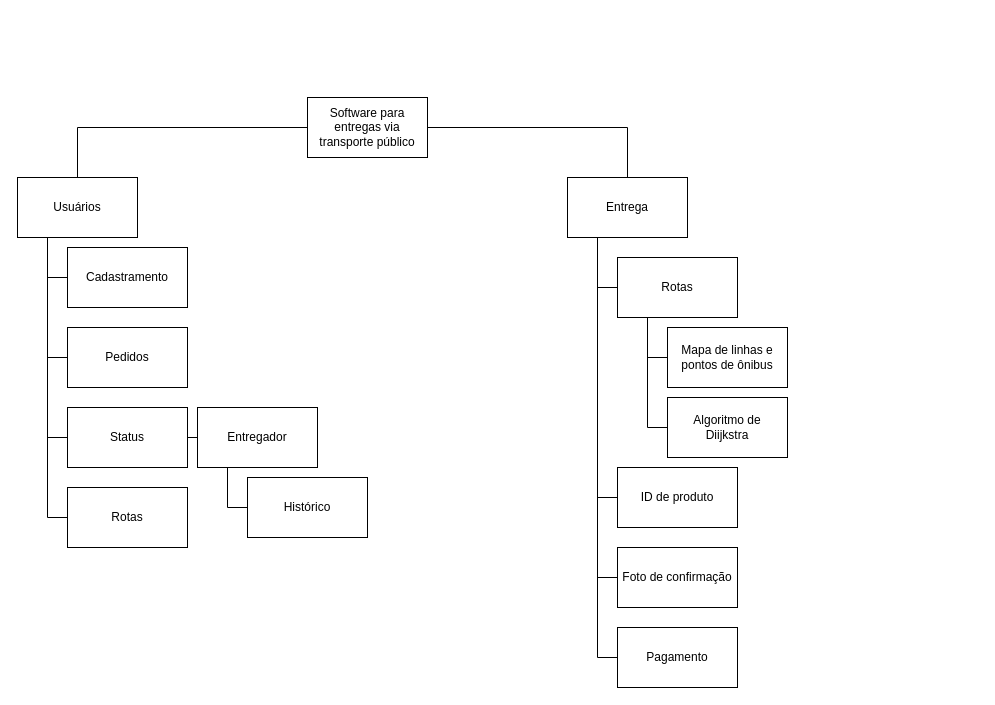
bruniculos08/SOFT003 keeps this draw.io diagram as EAP.drawio. Above is the earlier version. Source tidied: cells renumbered, new cells numbered last; positions are measured from the earlier drawing's top-left corner, leaving out a move shared by most shapes. Both pictures are drawn from the tidied source at 100%, with x=0, y=0 at pixel (17, 97).
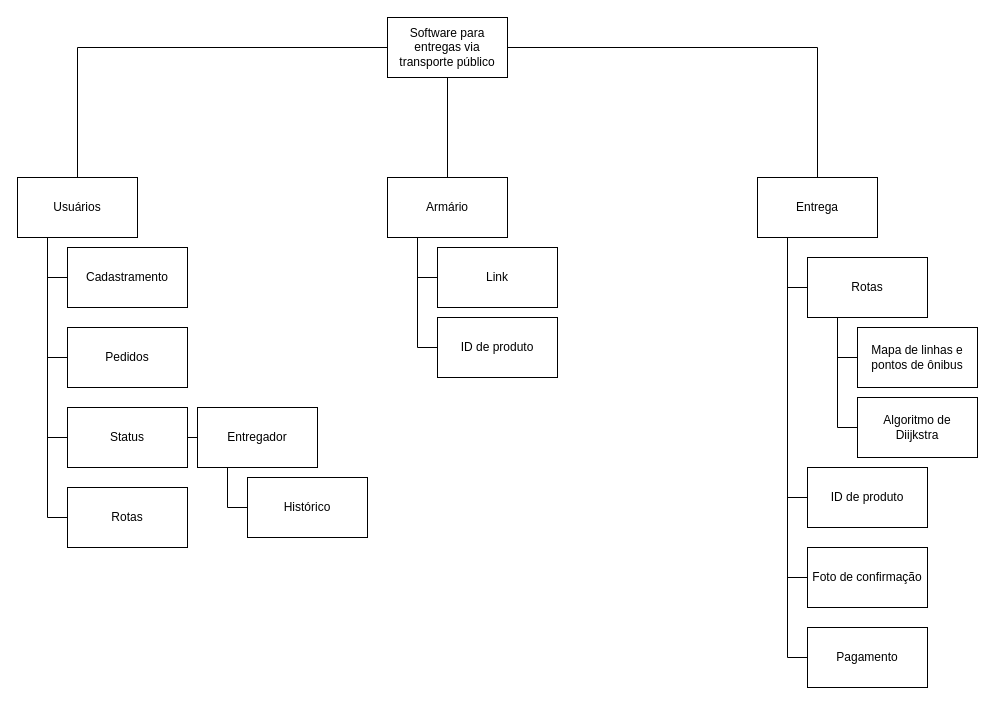
The same diagram, later.

What changed in the source:
```diff
@@
+    <mxCell id="31" style="edgeStyle=orthogonalEdgeStyle;rounded=0;jettySize=auto;html=1;exitX=0.5;exitY=1;exitDx=0;exitDy=0;endArrow=none;endFill=0;" parent="1" edge="1" source="4" target="33">
+      <mxGeometry relative="1" as="geometry" />
+    </mxCell>
     <mxCell id="4" value="Software para&lt;br&gt;entregas via&lt;br&gt;transporte público" style="rounded=0;whiteSpace=wrap;html=1;" parent="1" vertex="1">
-      <mxGeometry x="290" width="120" height="60" as="geometry" />
+      <mxGeometry x="370" y="-80" width="120" height="60" as="geometry" />
     </mxCell>
@@
     <mxCell id="20" value="Entrega" style="rounded=0;whiteSpace=wrap;html=1;" parent="1" vertex="1">
-      <mxGeometry x="550" y="80" width="120" height="60" as="geometry" />
+      <mxGeometry x="740" y="80" width="120" height="60" as="geometry" />
     </mxCell>
@@
     <mxCell id="24" value="Rotas" style="rounded=0;whiteSpace=wrap;html=1;" parent="1" vertex="1">
-      <mxGeometry x="600" y="160" width="120" height="60" as="geometry" />
+      <mxGeometry x="790" y="160" width="120" height="60" as="geometry" />
     </mxCell>
@@
     <mxCell id="26" value="ID de produto" style="rounded=0;whiteSpace=wrap;html=1;" parent="1" vertex="1">
-      <mxGeometry x="600" y="370" width="120" height="60" as="geometry" />
+      <mxGeometry x="790" y="370" width="120" height="60" as="geometry" />
     </mxCell>
     <mxCell id="27" value="Foto de confirmação" style="rounded=0;whiteSpace=wrap;html=1;" parent="1" vertex="1">
-      <mxGeometry x="600" y="450" width="120" height="60" as="geometry" />
+      <mxGeometry x="790" y="450" width="120" height="60" as="geometry" />
     </mxCell>
     <mxCell id="28" value="Pagamento" style="rounded=0;whiteSpace=wrap;html=1;" parent="1" vertex="1">
-      <mxGeometry x="600" y="530" width="120" height="60" as="geometry" />
+      <mxGeometry x="790" y="530" width="120" height="60" as="geometry" />
     </mxCell>
     <mxCell id="29" value="Mapa de linhas e pontos de ônibus" style="rounded=0;whiteSpace=wrap;html=1;" parent="1" vertex="1">
-      <mxGeometry x="650" y="230" width="120" height="60" as="geometry" />
+      <mxGeometry x="840" y="230" width="120" height="60" as="geometry" />
     </mxCell>
     <mxCell id="30" value="Algoritmo de &lt;br&gt;Diijkstra" style="rounded=0;whiteSpace=wrap;html=1;" parent="1" vertex="1">
-      <mxGeometry x="650" y="300" width="120" height="60" as="geometry" />
+      <mxGeometry x="840" y="300" width="120" height="60" as="geometry" />
     </mxCell>
+    <mxCell id="32" style="edgeStyle=orthogonalEdgeStyle;rounded=0;jettySize=auto;html=1;exitX=0.25;exitY=1;exitDx=0;exitDy=0;entryX=0;entryY=0.5;entryDx=0;entryDy=0;endArrow=none;endFill=0;" parent="1" edge="1" source="33" target="34">
+      <mxGeometry relative="1" as="geometry" />
+    </mxCell>
+    <mxCell id="33" value="Armário" style="rounded=0;whiteSpace=wrap;html=1;" parent="1" vertex="1">
+      <mxGeometry x="370" y="80" width="120" height="60" as="geometry" />
+    </mxCell>
+    <mxCell id="34" value="Link" style="rounded=0;whiteSpace=wrap;html=1;" parent="1" vertex="1">
+      <mxGeometry x="420" y="150" width="120" height="60" as="geometry" />
+    </mxCell>
+    <mxCell id="35" style="edgeStyle=orthogonalEdgeStyle;rounded=0;jettySize=auto;html=1;exitX=0;exitY=0.5;exitDx=0;exitDy=0;entryX=0.25;entryY=1;entryDx=0;entryDy=0;endArrow=none;endFill=0;" parent="1" edge="1" source="36" target="33">
+      <mxGeometry relative="1" as="geometry" />
+    </mxCell>
+    <mxCell id="36" value="ID de produto" style="rounded=0;whiteSpace=wrap;html=1;" parent="1" vertex="1">
+      <mxGeometry x="420" y="220" width="120" height="60" as="geometry" />
+    </mxCell>
```
